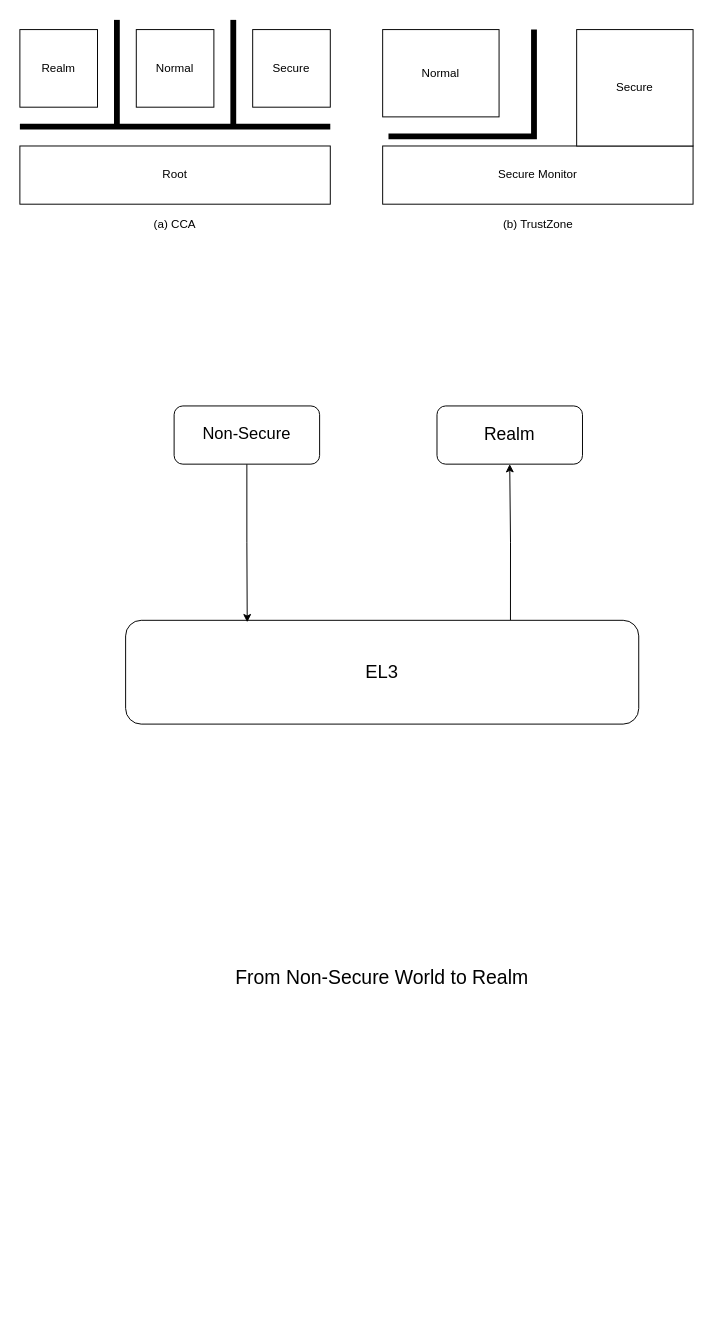
This is Untitled Diagram.drawio from EdisonE3/vue_learn, a draw.io file, before an edit. Source tidied: cells renumbered, new cells numbered last; positions are measured from the earlier drawing's top-left corner, leaving out a move shared by most shapes. Both pictures are drawn from the tidied source at 97%, with x=0, y=0 at pixel (19, 29).
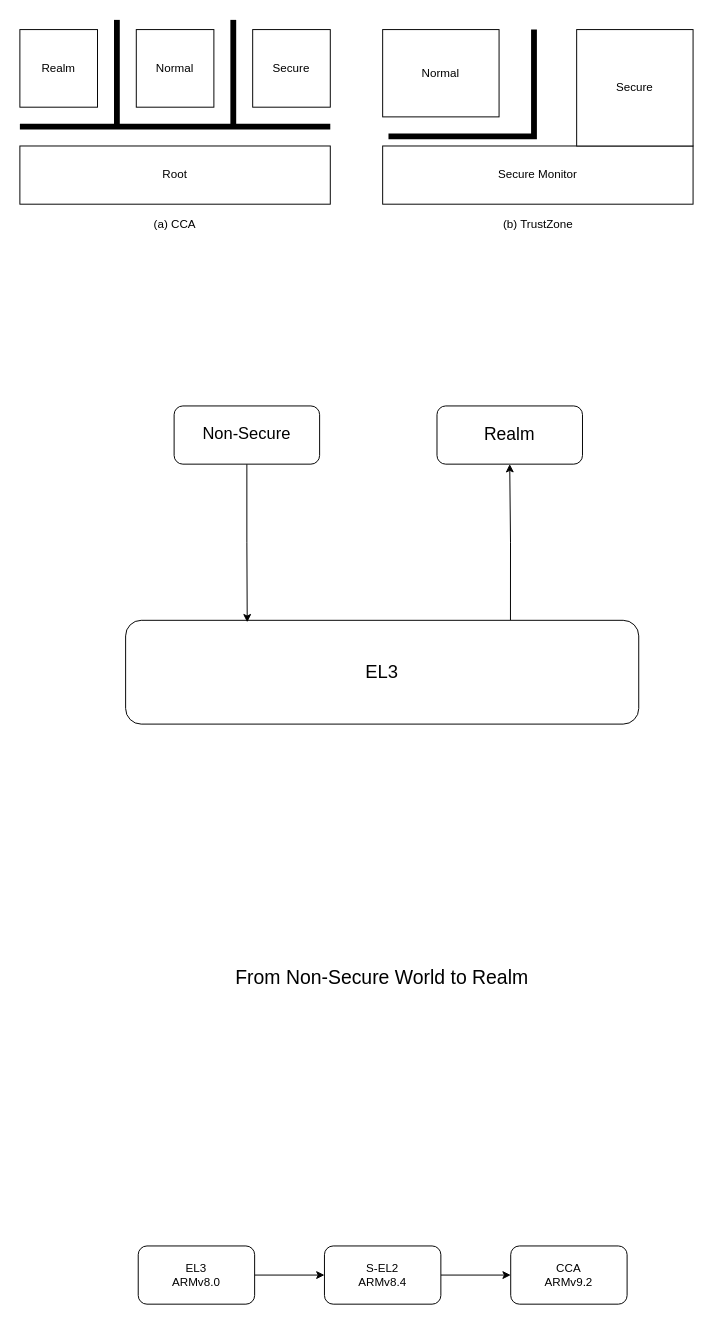
The same page after the edit.

Diff of the diagram source:
```diff
@@
+    <mxCell id="21" style="edgeStyle=orthogonalEdgeStyle;rounded=0;jettySize=auto;html=1;exitX=1;exitY=0.5;exitDx=0;exitDy=0;" parent="1" edge="1" source="22" target="24">
+      <mxGeometry relative="1" as="geometry" />
+    </mxCell>
+    <mxCell id="22" value="EL3&lt;br&gt;ARMv8.0" style="rounded=1;whiteSpace=wrap;html=1;" parent="1" vertex="1">
+      <mxGeometry x="122" y="1254" width="120" height="60" as="geometry" />
+    </mxCell>
+    <mxCell id="23" style="edgeStyle=orthogonalEdgeStyle;rounded=0;jettySize=auto;html=1;exitX=1;exitY=0.5;exitDx=0;exitDy=0;entryX=0;entryY=0.5;entryDx=0;entryDy=0;" parent="1" edge="1" source="24" target="25">
+      <mxGeometry relative="1" as="geometry" />
+    </mxCell>
+    <mxCell id="24" value="S-EL2&lt;br&gt;ARMv8.4" style="rounded=1;whiteSpace=wrap;html=1;" parent="1" vertex="1">
+      <mxGeometry x="314" y="1254" width="120" height="60" as="geometry" />
+    </mxCell>
+    <mxCell id="25" value="CCA&lt;br&gt;ARMv9.2" style="rounded=1;whiteSpace=wrap;html=1;" parent="1" vertex="1">
+      <mxGeometry x="506" y="1254" width="120" height="60" as="geometry" />
+    </mxCell>
```
